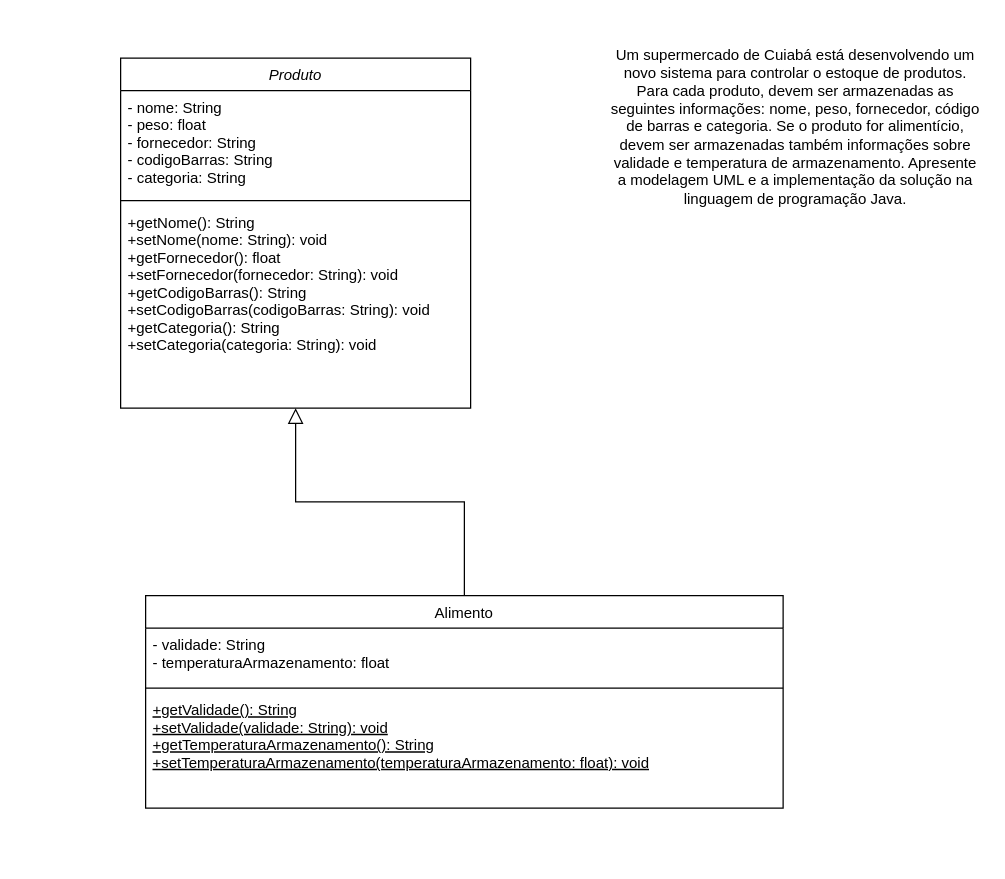
Before: supermercado.drawio in Pedry123/supermercado, a draw.io diagram. Source tidied: cells renumbered, new cells numbered last; positions are measured from the earlier drawing's top-left corner, leaving out a move shared by most shapes. Both pictures are drawn from the tidied source at 125%, with x=0, y=0 at pixel (120, 58).
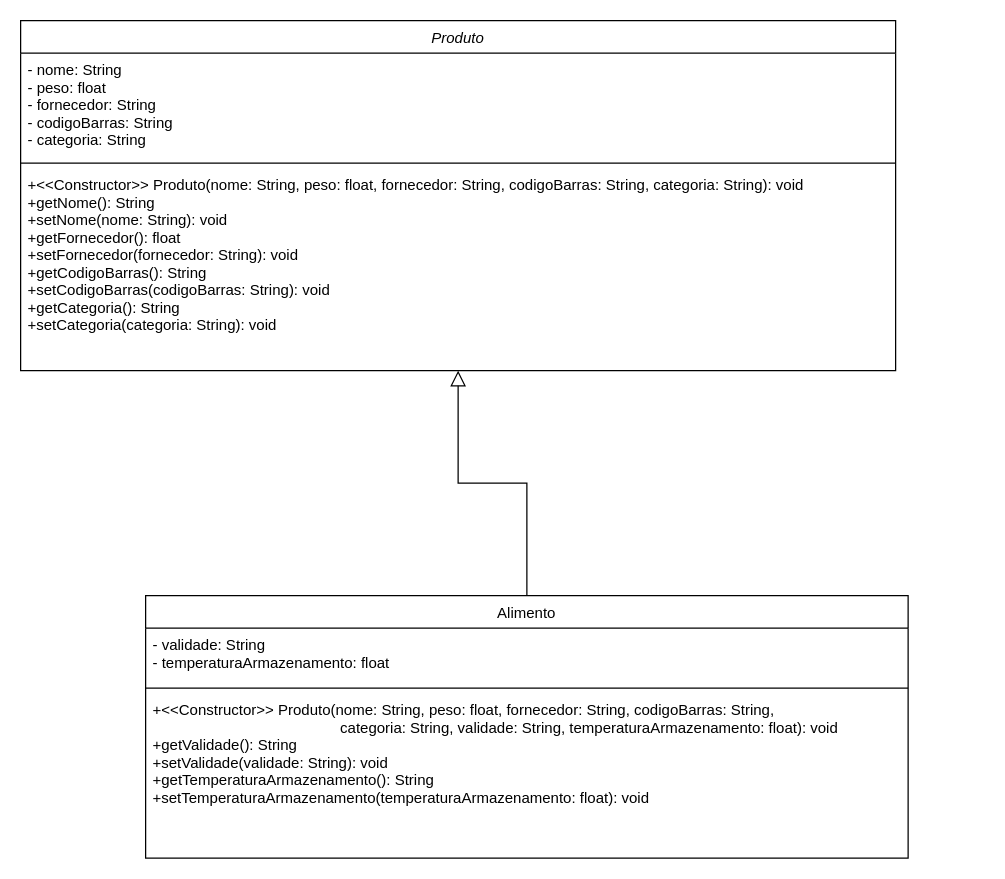
After the change.

What changed in the source:
```diff
@@
 <mxGraphModel>
   <root>
     <mxCell id="0" />
     <mxCell id="1" parent="0" />
     <mxCell id="2" value="Produto" style="swimlane;fontStyle=2;align=center;verticalAlign=top;horizontal=1;startSize=26;rounded=0;shadow=0;strokeWidth=1;" parent="1" vertex="1">
-      <mxGeometry width="280" height="280" as="geometry" />
+      <mxGeometry x="-80" y="-30" width="700" height="280" as="geometry" />
     </mxCell>
     <mxCell id="3" value="- nome: String&#10;- peso: float&#10;- fornecedor: String&#10;- codigoBarras: String&#10;- categoria: String" style="text;align=left;verticalAlign=top;spacingLeft=4;spacingRight=4;overflow=hidden;" parent="2" vertex="1">
-      <mxGeometry y="26" width="280" height="84" as="geometry" />
+      <mxGeometry y="26" width="700" height="84" as="geometry" />
     </mxCell>
     <mxCell id="4" style="line;html=1;strokeWidth=1;align=left;verticalAlign=middle;spacingTop=-1;spacingLeft=3;spacingRight=3;labelPosition=right;" parent="2" vertex="1">
-      <mxGeometry y="110" width="280" height="8" as="geometry" />
+      <mxGeometry y="110" width="700" height="8" as="geometry" />
     </mxCell>
-    <mxCell id="5" value="+getNome(): String&#10;+setNome(nome: String): void&#10;+getFornecedor(): float&#10;+setFornecedor(fornecedor: String): void&#10;+getCodigoBarras(): String&#10;+setCodigoBarras(codigoBarras: String): void&#10;+getCategoria(): String&#10;+setCategoria(categoria: String): void" style="text;align=left;verticalAlign=top;spacingLeft=4;spacingRight=4;overflow=hidden;" parent="2" vertex="1">
-      <mxGeometry y="118" width="280" height="162" as="geometry" />
+    <mxCell id="5" value="+&lt;&lt;Constructor&gt;&gt; Produto(nome: String, peso: float, fornecedor: String, codigoBarras: String, categoria: String): void&#10;+getNome(): String&#10;+setNome(nome: String): void&#10;+getFornecedor(): float&#10;+setFornecedor(fornecedor: String): void&#10;+getCodigoBarras(): String&#10;+setCodigoBarras(codigoBarras: String): void&#10;+getCategoria(): String&#10;+setCategoria(categoria: String): void" style="text;align=left;verticalAlign=top;spacingLeft=4;spacingRight=4;overflow=hidden;" parent="2" vertex="1">
+      <mxGeometry y="118" width="700" height="162" as="geometry" />
     </mxCell>
     <mxCell id="6" value="Alimento" style="swimlane;fontStyle=0;align=center;verticalAlign=top;horizontal=1;startSize=26;rounded=0;shadow=0;strokeWidth=1;" parent="1" vertex="1">
-      <mxGeometry x="20" y="430" width="510" height="170" as="geometry" />
+      <mxGeometry x="20" y="430" width="610" height="210" as="geometry" />
     </mxCell>
     <mxCell id="7" value="- validade: String&#10;- temperaturaArmazenamento: float" style="text;align=left;verticalAlign=top;spacingLeft=4;spacingRight=4;overflow=hidden;" parent="6" vertex="1">
-      <mxGeometry y="26" width="510" height="44" as="geometry" />
+      <mxGeometry y="26" width="610" height="44" as="geometry" />
     </mxCell>
     <mxCell id="8" style="line;html=1;strokeWidth=1;align=left;verticalAlign=middle;spacingTop=-1;spacingLeft=3;spacingRight=3;labelPosition=right;" parent="6" vertex="1">
-      <mxGeometry y="70" width="510" height="8" as="geometry" />
+      <mxGeometry y="70" width="610" height="8" as="geometry" />
     </mxCell>
-    <mxCell id="9" value="+getValidade(): String&#10;+setValidade(validade: String): void&#10;+getTemperaturaArmazenamento(): String&#10;+setTemperaturaArmazenamento(temperaturaArmazenamento: float): void&#10;" style="text;align=left;verticalAlign=top;spacingLeft=4;spacingRight=4;overflow=hidden;fontStyle=4;" parent="6" vertex="1">
-      <mxGeometry y="78" width="510" height="82" as="geometry" />
+    <mxCell id="9" value="+&lt;&lt;Constructor&gt;&gt; Produto(nome: String, peso: float, fornecedor: String, codigoBarras: String,&#10;                                             categoria: String, validade: String, temperaturaArmazenamento: float): void&#10;+getValidade(): String&#10;+setValidade(validade: String): void&#10;+getTemperaturaArmazenamento(): String&#10;+setTemperaturaArmazenamento(temperaturaArmazenamento: float): void&#10;" style="text;align=left;verticalAlign=top;spacingLeft=4;spacingRight=4;overflow=hidden;fontStyle=0;" parent="6" vertex="1">
+      <mxGeometry y="78" width="610" height="122" as="geometry" />
     </mxCell>
     <mxCell id="10" style="endArrow=block;endSize=10;endFill=0;shadow=0;strokeWidth=1;rounded=0;edgeStyle=elbowEdgeStyle;elbow=vertical;" parent="1" edge="1" source="6" target="2">
       <mxGeometry relative="1" as="geometry" />
     </mxCell>
-    <mxCell id="11" value="Um supermercado de Cuiabá está desenvolvendo um novo sistema para controlar o estoque de produtos. Para cada produto, devem ser armazenadas as seguintes informações: nome, peso, fornecedor, código de barras e categoria. Se o produto for alimentício, devem ser armazenadas também informações sobre validade e temperatura de armazenamento. Apresente a modelagem UML e a implementação da solução na linguagem de programação Java." style="text;html=1;strokeColor=none;fillColor=none;align=center;verticalAlign=middle;whiteSpace=wrap;rounded=0;" parent="1" vertex="1">
-      <mxGeometry x="390" y="40" width="300" height="30" as="geometry" />
-    </mxCell>
   </root>
 </mxGraphModel>
```
